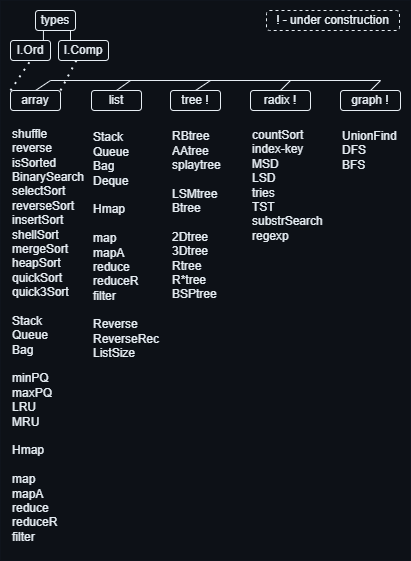
Earlier version of the draw.io export pics/algos.png (kselnaag/algos). Source tidied: cells renumbered, new cells last; positions are measured from the earlier drawing's top-left corner, leaving out a move shared by most shapes.
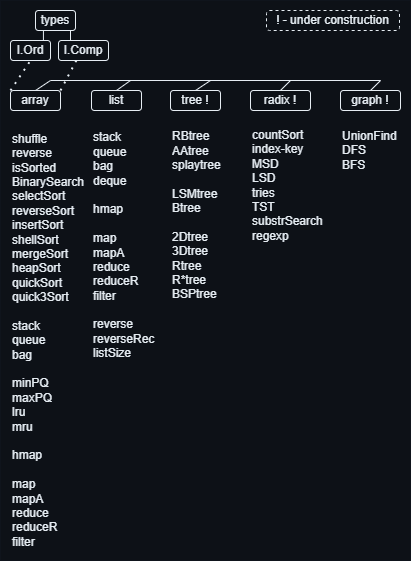
The same diagram one commit later.

Change to the diagram source:
```diff
@@ -20,10 +20,10 @@
     <mxCell id="7" value="&lt;font color=&quot;#e6edf3&quot;&gt;graph !&lt;/font&gt;" style="rounded=1;whiteSpace=wrap;html=1;fontColor=#000000;fillColor=none;strokeColor=#e6edf3;" parent="1" vertex="1">
       <mxGeometry x="340" y="90" width="60" height="20" as="geometry" />
     </mxCell>
-    <mxCell id="8" value="&lt;font color=&quot;#e6edf3&quot;&gt;shuffle&lt;br&gt;reverse&lt;br&gt;isSorted&lt;br&gt;BinarySearch&lt;br&gt;selectSort&lt;br&gt;reverseSort&lt;br&gt;insertSort&lt;br&gt;shellSort&lt;br&gt;mergeSort&lt;br&gt;heapSort&lt;br&gt;quickSort&lt;br&gt;quick3Sort&lt;br&gt;&lt;br&gt;Stack&lt;br&gt;Queue&lt;br&gt;Bag&lt;br&gt;&lt;br&gt;minPQ&lt;br&gt;maxPQ&lt;br&gt;LRU&lt;br&gt;MRU&lt;br&gt;&lt;br&gt;Hmap&lt;br&gt;&lt;br&gt;map&lt;br&gt;mapA&lt;br&gt;reduce&lt;br&gt;reduceR&lt;br&gt;filter&lt;/font&gt;" style="text;html=1;strokeColor=none;fillColor=none;align=left;verticalAlign=middle;whiteSpace=wrap;rounded=0;fontColor=#000000;" parent="1" vertex="1">
-      <mxGeometry x="10" y="130" width="80" height="410" as="geometry" />
+    <mxCell id="8" value="&lt;font color=&quot;#e6edf3&quot;&gt;shuffle&lt;br&gt;reverse&lt;br&gt;isSorted&lt;br&gt;BinarySearch&lt;br&gt;selectSort&lt;br&gt;reverseSort&lt;br&gt;insertSort&lt;br&gt;shellSort&lt;br&gt;mergeSort&lt;br&gt;heapSort&lt;br&gt;quickSort&lt;br&gt;quick3Sort&lt;br&gt;&lt;br&gt;stack&lt;br&gt;queue&lt;br&gt;bag&lt;br&gt;&lt;br&gt;minPQ&lt;br&gt;maxPQ&lt;br&gt;lru&lt;br&gt;mru&lt;br&gt;&lt;br&gt;hmap&lt;br&gt;&lt;br&gt;map&lt;br&gt;mapA&lt;br&gt;reduce&lt;br&gt;reduceR&lt;br&gt;filter&lt;/font&gt;" style="text;html=1;strokeColor=none;fillColor=none;align=left;verticalAlign=middle;whiteSpace=wrap;rounded=0;fontColor=#000000;" parent="1" vertex="1">
+      <mxGeometry x="10" y="130" width="80" height="420" as="geometry" />
     </mxCell>
-    <mxCell id="9" value="&lt;font color=&quot;#e6edf3&quot;&gt;Stack&lt;br&gt;Queue&lt;br&gt;Bag&lt;br&gt;Deque&lt;br&gt;&lt;br&gt;Hmap&lt;br&gt;&lt;br&gt;map&lt;br&gt;mapA&lt;br&gt;reduce&lt;br&gt;reduceR&lt;br&gt;filter&lt;br&gt;&lt;br&gt;Reverse&lt;br&gt;ReverseRec&lt;br&gt;ListSize&lt;br&gt;&lt;/font&gt;" style="text;html=1;strokeColor=none;fillColor=none;align=left;verticalAlign=middle;whiteSpace=wrap;rounded=0;fontColor=#000000;" parent="1" vertex="1">
+    <mxCell id="9" value="&lt;font color=&quot;#e6edf3&quot;&gt;stack&lt;br&gt;queue&lt;br&gt;bag&lt;br&gt;deque&lt;br&gt;&lt;br&gt;hmap&lt;br&gt;&lt;br&gt;map&lt;br&gt;mapA&lt;br&gt;reduce&lt;br&gt;reduceR&lt;br&gt;filter&lt;br&gt;&lt;br&gt;reverse&lt;br&gt;reverseRec&lt;br&gt;listSize&lt;br&gt;&lt;/font&gt;" style="text;html=1;strokeColor=none;fillColor=none;align=left;verticalAlign=middle;whiteSpace=wrap;rounded=0;fontColor=#000000;" parent="1" vertex="1">
       <mxGeometry x="91" y="130" width="69" height="230" as="geometry" />
     </mxCell>
     <mxCell id="10" value="&lt;font color=&quot;#e6edf3&quot;&gt;countSort&lt;br&gt;index-key&lt;br&gt;MSD&lt;br&gt;LSD&lt;br&gt;tries&lt;br&gt;TST&lt;br&gt;substrSearch&lt;br&gt;regexp&lt;/font&gt;" style="text;html=1;strokeColor=none;fillColor=none;align=left;verticalAlign=middle;whiteSpace=wrap;rounded=0;fontColor=#000000;" parent="1" vertex="1">
```
